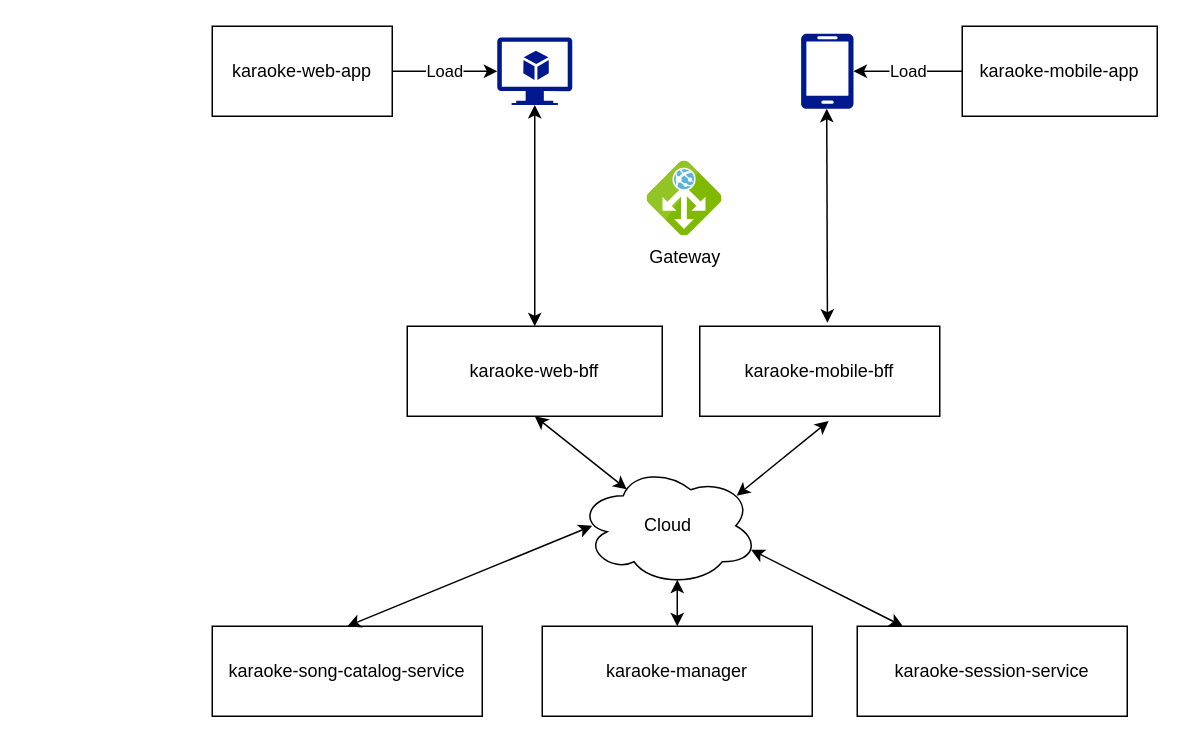
Earlier version of the draw.io diagram Diagrama sem nome.drawio (gusrubin/arquitetura-hexagonal). Source tidied: cells renumbered, new cells numbered last; positions are measured from the earlier drawing's top-left corner, leaving out a move shared by most shapes. Both pictures are drawn from the tidied source at 150%, with x=0, y=0 at pixel (212, 26).
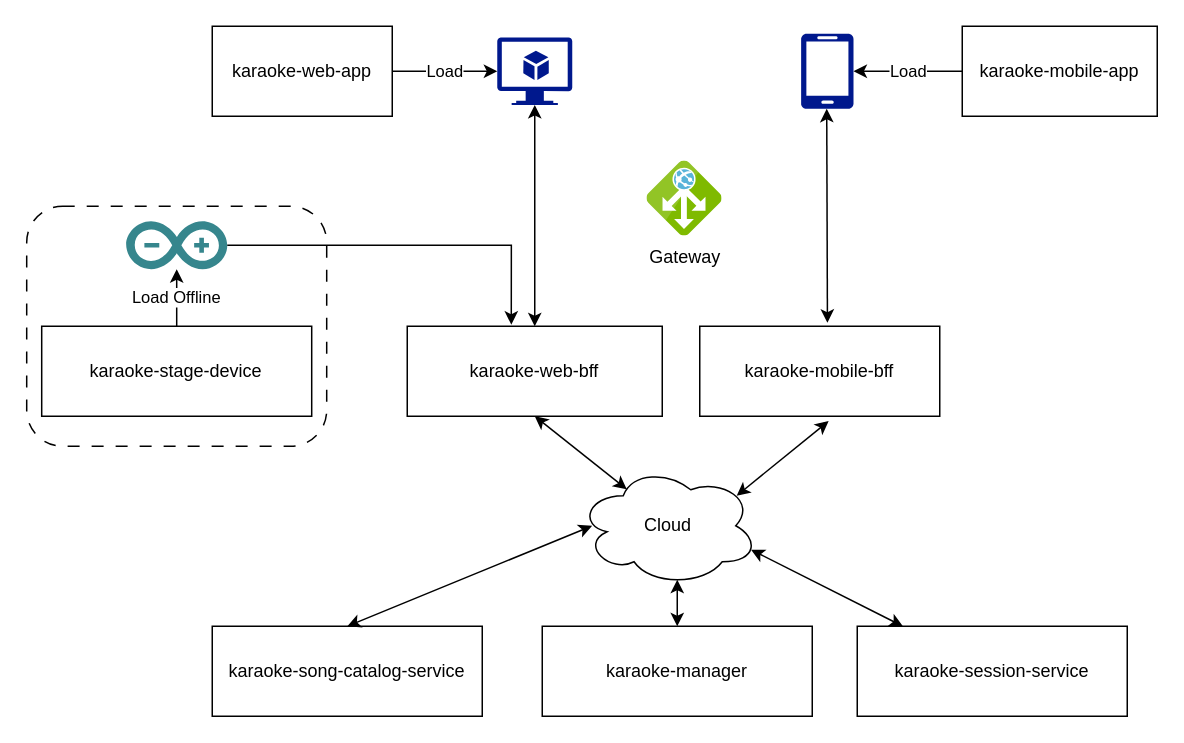
After the change.

Unchanged cells that the change refers to:
```xml
<mxCell id="6" value="karaoke-web-bff" style="rounded=0;whiteSpace=wrap;html=1;" parent="1" vertex="1">
  <mxGeometry x="130" y="200" width="170" height="60" as="geometry" />
</mxCell>
```

Change to the diagram source:
```diff
@@
+    <mxCell id="22" style="rounded=1;whiteSpace=wrap;html=1;dashed=1;dashPattern=8 8;" parent="1" vertex="1">
+      <mxGeometry x="-123.7" y="120" width="200" height="160" as="geometry" />
+    </mxCell>
@@
+    <mxCell id="23" value="karaoke-stage-device" style="rounded=0;whiteSpace=wrap;html=1;" parent="1" vertex="1">
+      <mxGeometry x="-113.7" y="200" width="180" height="60" as="geometry" />
+    </mxCell>
+    <mxCell id="24" style="dashed=0;outlineConnect=0;html=1;align=center;labelPosition=center;verticalLabelPosition=bottom;verticalAlign=top;shape=mxgraph.weblogos.arduino;fillColor=#36868D;strokeColor=none;" parent="1" vertex="1">
+      <mxGeometry x="-57.4" y="130" width="67.4" height="32" as="geometry" />
+    </mxCell>
+    <mxCell id="25" value="Load Offline" style="endArrow=classic;html=1;rounded=0;exitX=0.5;exitY=0;exitDx=0;exitDy=0;" parent="1" edge="1" source="23" target="24">
+      <mxGeometry relative="1" as="geometry" />
+    </mxCell>
+    <mxCell id="26" style="edgeStyle=orthogonalEdgeStyle;rounded=0;jettySize=auto;html=1;entryX=0.408;entryY=-0.017;entryDx=0;entryDy=0;entryPerimeter=0;" parent="1" edge="1" source="24" target="6">
+      <mxGeometry relative="1" as="geometry" />
+    </mxCell>
```
